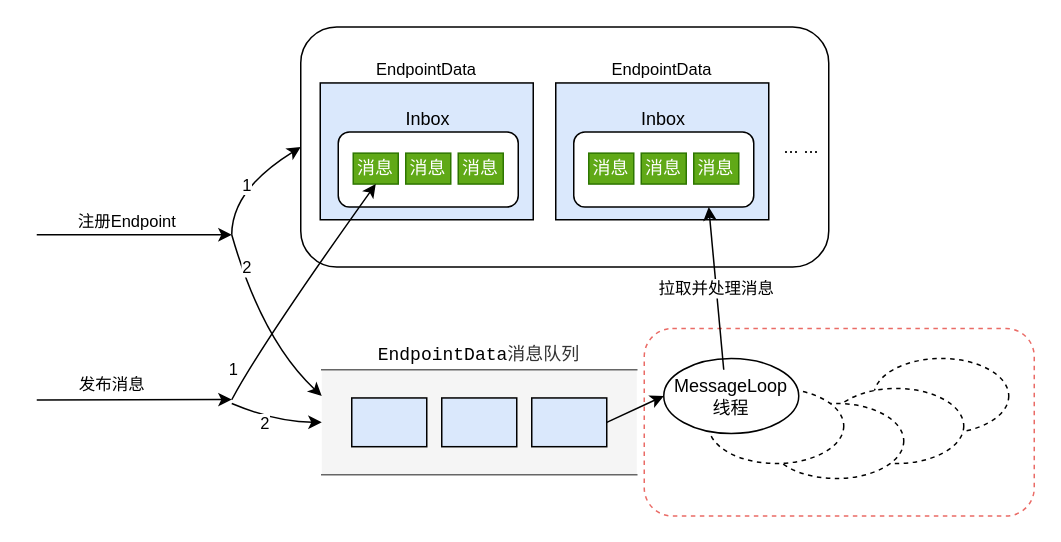
The draw.io diagram rpc.drawio in jtLiBrain/docs, before the edit. Source tidied: cells renumbered, new cells numbered last; positions are measured from the earlier drawing's top-left corner, leaving out a move shared by most shapes. Both pictures are drawn from the tidied source at 150%, with x=0, y=0 at pixel (36, 27).
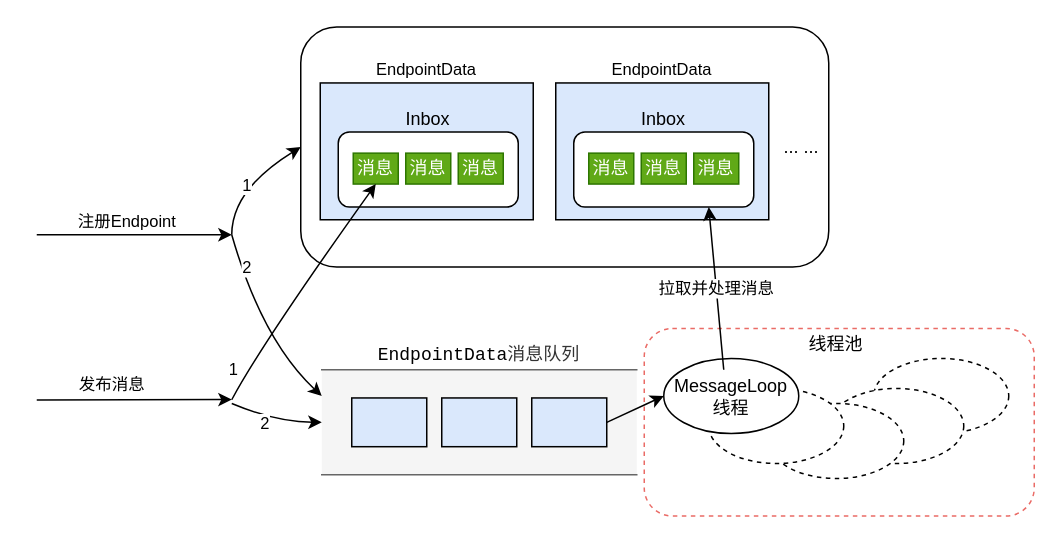
After the change.

Diff of the diagram source:
```diff
@@
-    <mxCell id="3" style="rounded=1;whiteSpace=wrap;html=1;dashed=1;fillColor=#ffffff;strokeColor=#EA6B66;strokeWidth=1;" parent="1" vertex="1">
+    <mxCell id="3" style="rounded=1;whiteSpace=wrap;html=1;dashed=1;fillColor=#ffffff;strokeColor=#EA6B66;strokeWidth=1;labelPosition=center;verticalLabelPosition=top;align=center;verticalAlign=bottom;" parent="1" vertex="1">
       <mxGeometry x="405" y="200.5" width="260" height="125" as="geometry" />
     </mxCell>
@@
+    <mxCell id="38" value="线程池" style="text;html=1;strokeColor=none;fillColor=none;align=center;verticalAlign=middle;whiteSpace=wrap;rounded=0;" parent="1" vertex="1">
+      <mxGeometry x="513" y="200.5" width="40" height="20" as="geometry" />
+    </mxCell>
```
